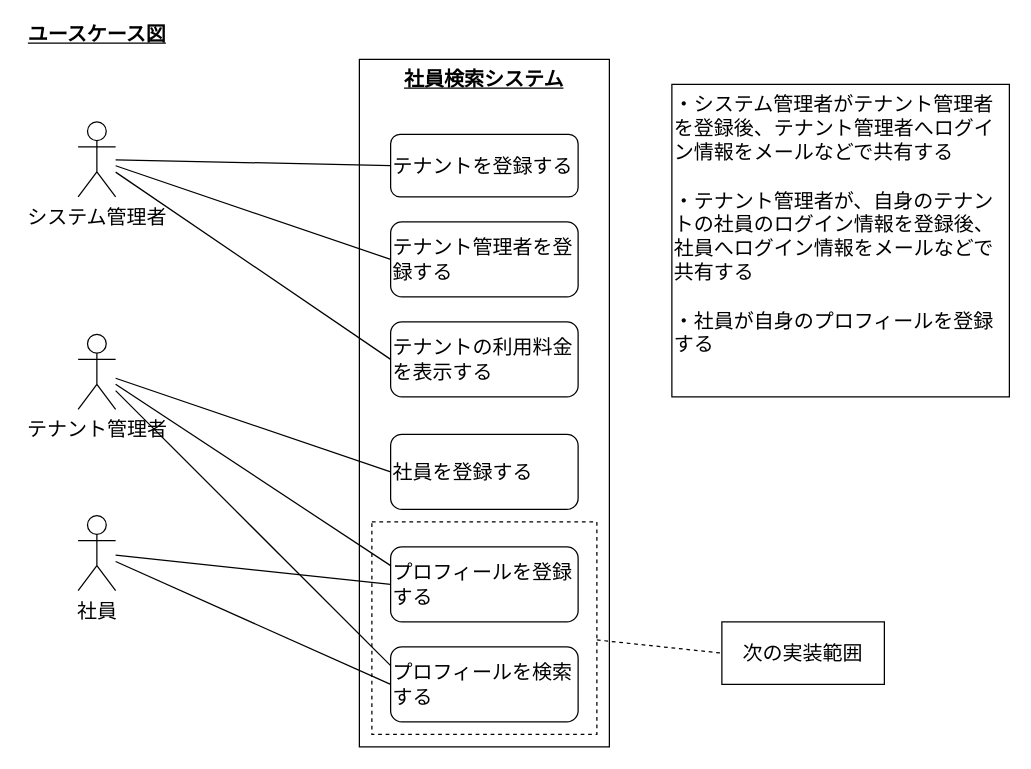
Earlier version of the draw.io diagram page "ユースケース図" (2 of 4) of docs/diagrams/src/reinventing_the_wheel.drawio.xml (q23isline/reinventing_the_wheel). Source tidied: cells renumbered, new cells numbered last; positions are measured from the earlier drawing's top-left corner, leaving out a move shared by most shapes. Both pictures are drawn from the tidied source at 125%, with x=0, y=0 at pixel (21, 21).
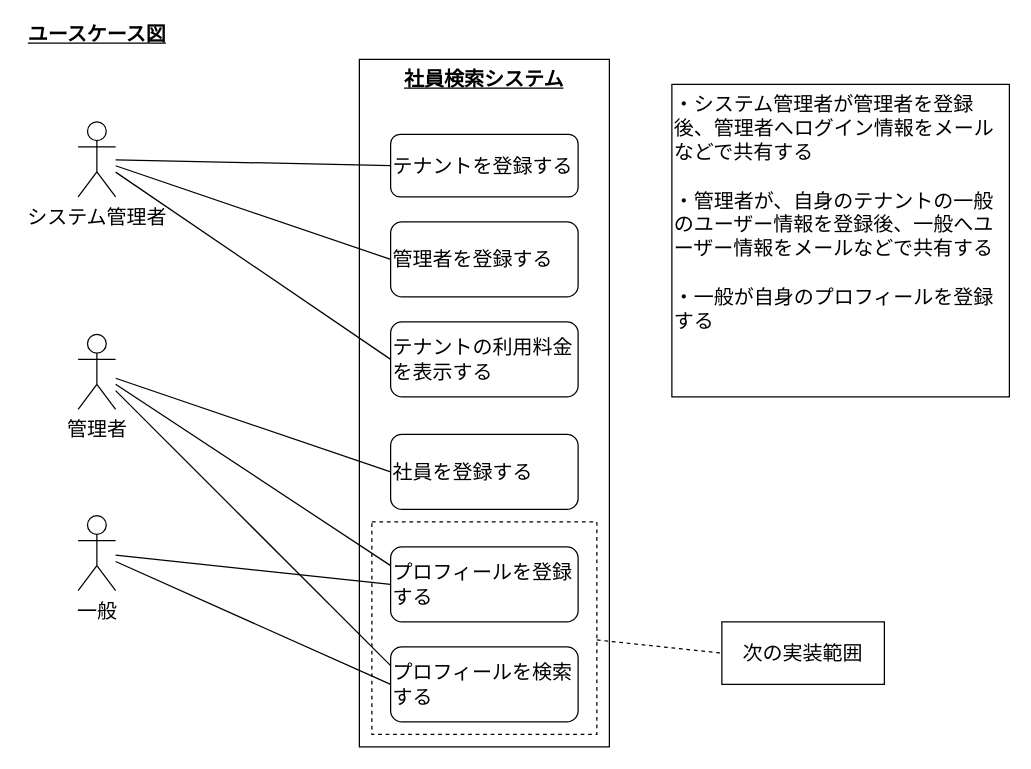
The same page after the edit.

Change to the diagram source:
```diff
@@
-    <mxCell id="11" value="テナント管理者を登録する" style="rounded=1;whiteSpace=wrap;html=1;fontSize=16;align=left;verticalAlign=middle;" parent="1" vertex="1">
+    <mxCell id="11" value="管理者を登録する" style="rounded=1;whiteSpace=wrap;html=1;fontSize=16;align=left;verticalAlign=middle;" parent="1" vertex="1">
       <mxGeometry x="295" y="160" width="150" height="60" as="geometry" />
     </mxCell>
@@
-    <mxCell id="16" value="テナント管理者" style="shape=umlActor;verticalLabelPosition=bottom;verticalAlign=top;html=1;outlineConnect=0;fontSize=16;" parent="1" vertex="1">
+    <mxCell id="16" value="管理者" style="shape=umlActor;verticalLabelPosition=bottom;verticalAlign=top;html=1;outlineConnect=0;fontSize=16;" parent="1" vertex="1">
       <mxGeometry x="45" y="250" width="30" height="60" as="geometry" />
     </mxCell>
@@
-    <mxCell id="20" value="社員" style="shape=umlActor;verticalLabelPosition=bottom;verticalAlign=top;html=1;outlineConnect=0;fontSize=16;" parent="1" vertex="1">
+    <mxCell id="20" value="一般" style="shape=umlActor;verticalLabelPosition=bottom;verticalAlign=top;html=1;outlineConnect=0;fontSize=16;" parent="1" vertex="1">
       <mxGeometry x="45" y="395" width="30" height="60" as="geometry" />
     </mxCell>
@@
-    <mxCell id="22" value="・システム管理者がテナント管理者を登録後、テナント管理者へログイン情報をメールなどで共有する&lt;br&gt;&lt;br&gt;・テナント管理者が、自身のテナントの社員のログイン情報を登録後、社員へログイン情報をメールなどで共有する&lt;br&gt;&lt;br&gt;・社員が自身のプロフィールを登録する" style="rounded=0;whiteSpace=wrap;html=1;fontSize=16;align=left;verticalAlign=top;" parent="1" vertex="1">
+    <mxCell id="22" value="・システム管理者が管理者を登録後、管理者へログイン情報をメールなどで共有する&lt;br&gt;&lt;br&gt;・管理者が、自身のテナントの一般のユーザー情報を登録後、一般へユーザー情報をメールなどで共有する&lt;br&gt;&lt;br&gt;・一般が自身のプロフィールを登録する" style="rounded=0;whiteSpace=wrap;html=1;fontSize=16;align=left;verticalAlign=top;" parent="1" vertex="1">
       <mxGeometry x="520" y="50" width="270" height="250" as="geometry" />
     </mxCell>
```
